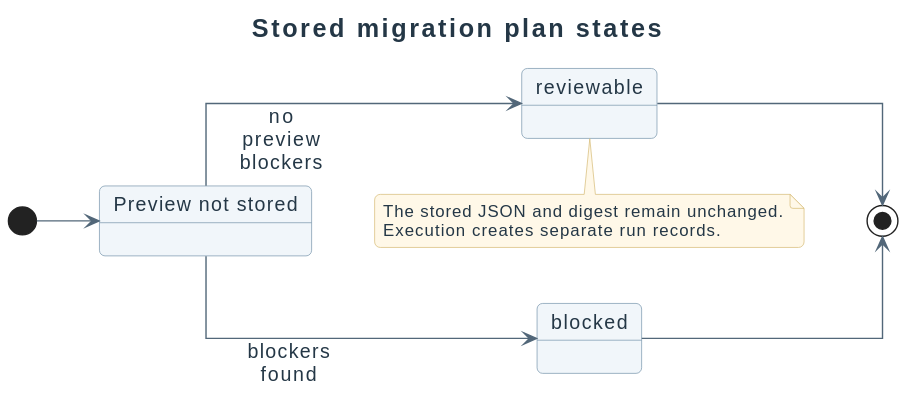
Before: docs/diagrams/behavior/states/migration-plan.svg, a diagram exported from PlantUML (didactika/moodle-local_coursefiles). The source it was exported from:
```plantuml
@startuml
!include ../../_style.puml
title Stored migration plan states
left to right direction
state "Preview not stored" as Preview
state "reviewable" as Reviewable
state "blocked" as Blocked
[*] --> Preview
Preview --> Reviewable : no preview blockers
Preview --> Blocked : blockers found
Reviewable --> [*]
Blocked --> [*]
note bottom of Reviewable
The stored JSON and digest remain unchanged.
Execution creates separate run records.
end note
@enduml
```
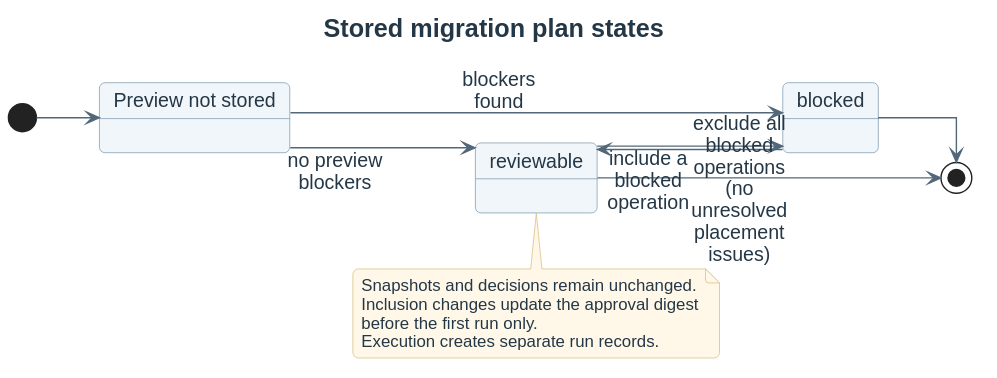
The same diagram one commit later.

Change to the diagram source:
```diff
@@ -10,8 +10,12 @@
 Preview --> Blocked : blockers found
 Reviewable --> [*]
 Blocked --> [*]
+Reviewable --> Blocked : include a blocked operation
+Blocked --> Reviewable : exclude all blocked operations\n(no unresolved placement issues)
 note bottom of Reviewable
-The stored JSON and digest remain unchanged.
+Snapshots and decisions remain unchanged.
+Inclusion changes update the approval digest
+before the first run only.
 Execution creates separate run records.
 end note
 @enduml
```
